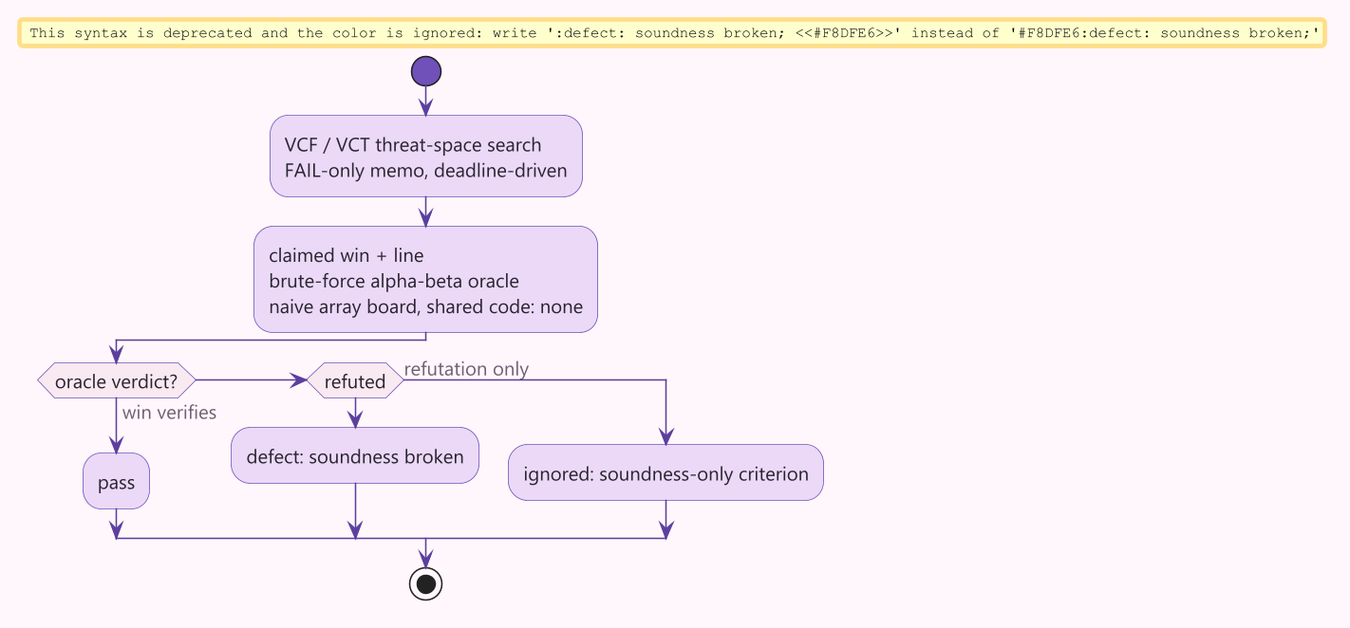
Before: docs/diagrams/threat-solver-harness.png, a diagram exported from PlantUML (lavantien/caro-ai-pvp).
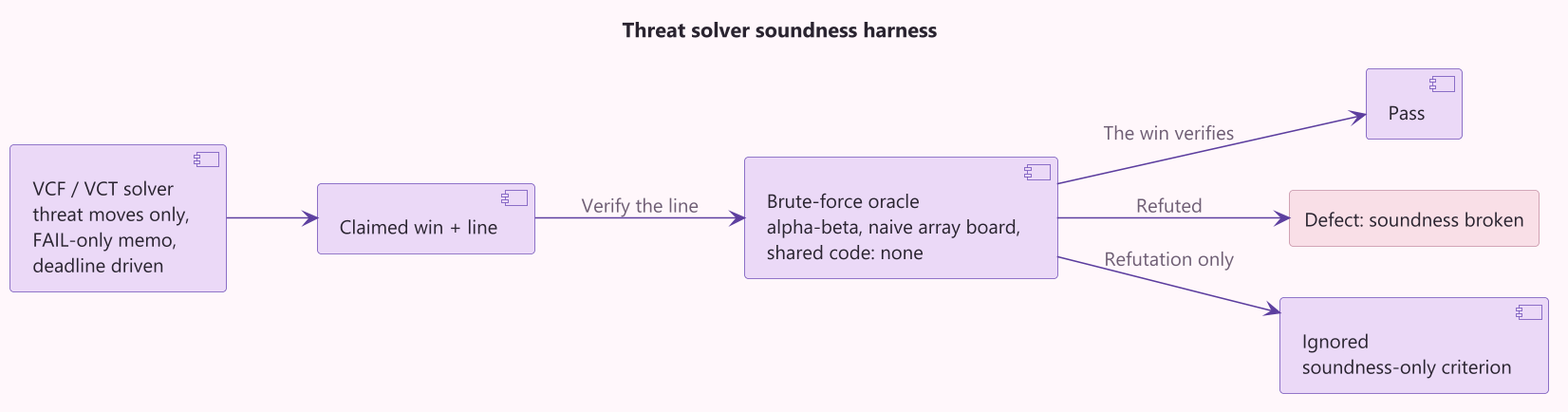
The same file after the commit.

Diff of the diagram source:
```diff
@@ -1,14 +1,18 @@
 @startuml threat-solver-harness
 !include common.iuml
-start
-:VCF / VCT threat-space search\nFAIL-only memo, deadline-driven;
-:claimed win + line\nbrute-force alpha-beta oracle\nnaive array board, shared code: none;
-if (oracle verdict?) then (win verifies)
-  :pass;
-elseif (refuted) then
-  #F8DFE6:defect: soundness broken;
-else (refutation only)
-  :ignored: soundness-only criterion;
-endif
-stop
+left to right direction
+title Threat solver soundness harness
+
+component "VCF / VCT solver\nthreat moves only,\nFAIL-only memo,\ndeadline driven" as solver
+component "Claimed win + line" as claim
+component "Brute-force oracle\nalpha-beta, naive array board,\nshared code: none" as oracle
+component "Pass" as pass
+rectangle "Defect: soundness broken" as defect #F8DFE6
+component "Ignored\nsoundness-only criterion" as ignored
+
+solver --> claim
+claim --> oracle : Verify the line
+oracle --> pass : The win verifies
+oracle --> defect : Refuted
+oracle --> ignored : Refutation only
 @enduml
```
